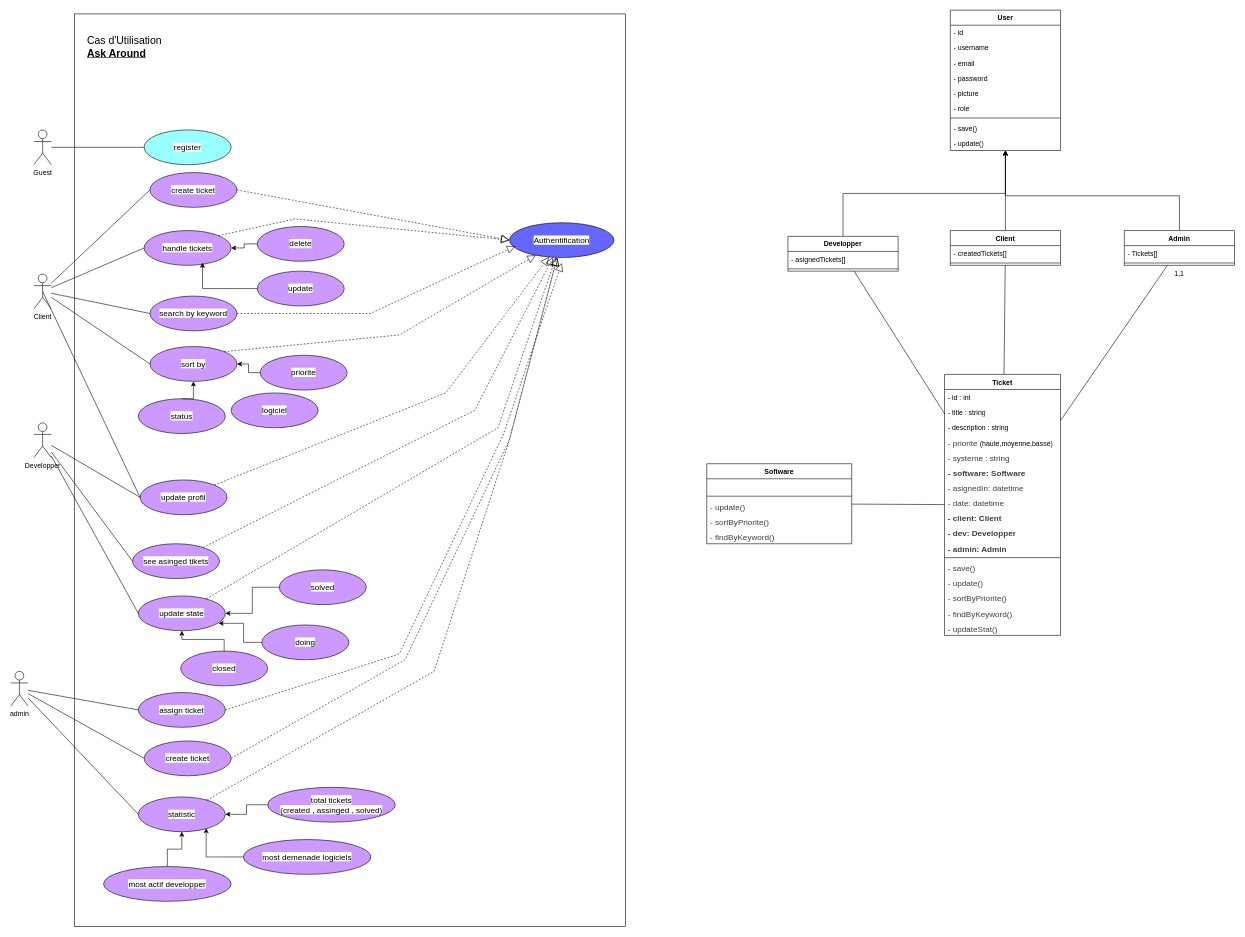
This is uml/UML.drawio from mohammed-ali-boutaine/dev-track, a draw.io file, before an edit. Source tidied: cells renumbered, new cells numbered last; positions are measured from the earlier drawing's top-left corner, leaving out a move shared by most shapes. Both pictures are drawn from the tidied source at 58%, with x=0, y=0 at pixel (10, 10).
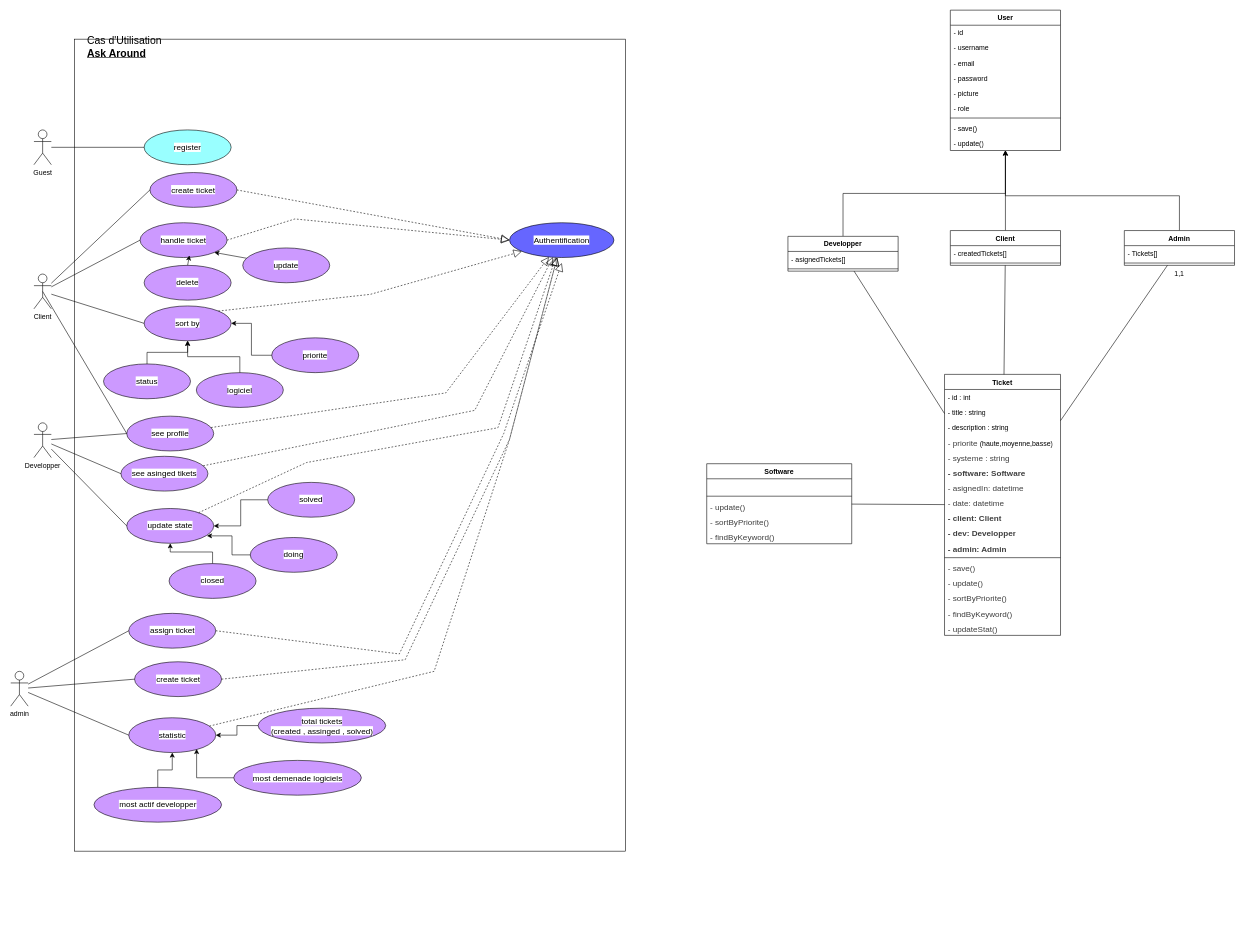
After the change.

The change refers to these unchanged cells:
```xml
<mxCell id="31" value="&lt;div style=&quot;&quot;&gt;&lt;span style=&quot;color: light-dark(rgb(0, 0, 0), rgb(255, 255, 255)); font-size: 14px; white-space-collapse: preserve; background-color: rgb(255, 255, 255);&quot;&gt;&lt;font face=&quot;Nunito Sans, sans-serif&quot;&gt;Authentification&lt;/font&gt;&lt;/span&gt;&lt;/div&gt;" style="ellipse;whiteSpace=wrap;html=1;fillColor=#6666FF;align=center;" parent="1" vertex="1">
  <mxGeometry x="860" y="366.5" width="180" height="60" as="geometry" />
</mxCell>
<mxCell id="34" value="Client" style="shape=umlActor;verticalLabelPosition=bottom;verticalAlign=top;html=1;outlineConnect=0;" parent="1" vertex="1">
  <mxGeometry x="40" y="455" width="30" height="60" as="geometry" />
</mxCell>
```

Diff of the diagram source:
```diff
@@
     <mxCell id="20" style="rounded=0;whiteSpace=wrap;html=1;" parent="1" vertex="1">
-      <mxGeometry x="110" y="6.5" width="950" height="1573.5" as="geometry" />
+      <mxGeometry x="110" y="50" width="950" height="1400" as="geometry" />
     </mxCell>
@@
-    <mxCell id="24" value="&lt;font face=&quot;Nunito Sans, sans-serif&quot;&gt;&lt;span style=&quot;font-size: 14px; white-space-collapse: preserve; background-color: rgb(255, 255, 255);&quot;&gt;handle tickets&lt;/span&gt;&lt;/font&gt;" style="ellipse;whiteSpace=wrap;html=1;fillColor=#CC99FF;" parent="1" vertex="1">
-      <mxGeometry x="230" y="380" width="150" height="60" as="geometry" />
-    </mxCell>
@@
     <mxCell id="28" value="&lt;div style=&quot;text-align: start;&quot;&gt;&lt;font face=&quot;Nunito Sans, sans-serif&quot;&gt;&lt;span style=&quot;font-size: 14px; white-space-collapse: preserve; background-color: rgb(255, 255, 255);&quot;&gt;sort by&lt;/span&gt;&lt;/font&gt;&lt;/div&gt;" style="ellipse;whiteSpace=wrap;html=1;fillColor=#CC99FF;" parent="1" vertex="1">
-      <mxGeometry x="240" y="580" width="150" height="60" as="geometry" />
+      <mxGeometry x="230" y="510" width="150" height="60" as="geometry" />
     </mxCell>
-    <mxCell id="29" value="&lt;div style=&quot;text-align: start;&quot;&gt;&lt;font face=&quot;Nunito Sans, sans-serif&quot; color=&quot;#000000&quot;&gt;&lt;span style=&quot;font-size: 14px; white-space-collapse: preserve; background-color: rgb(255, 255, 255);&quot;&gt;update profil&lt;/span&gt;&lt;/font&gt;&lt;/div&gt;" style="ellipse;whiteSpace=wrap;html=1;fillColor=#CC99FF;" parent="1" vertex="1">
-      <mxGeometry x="223" y="810" width="150" height="60" as="geometry" />
+    <mxCell id="29" value="&lt;div style=&quot;text-align: start;&quot;&gt;&lt;font face=&quot;Nunito Sans, sans-serif&quot; color=&quot;#000000&quot;&gt;&lt;span style=&quot;font-size: 14px; white-space-collapse: preserve; background-color: rgb(255, 255, 255);&quot;&gt;see profile&lt;/span&gt;&lt;/font&gt;&lt;/div&gt;" style="ellipse;whiteSpace=wrap;html=1;fillColor=#CC99FF;" parent="1" vertex="1">
+      <mxGeometry x="200" y="700" width="150" height="60" as="geometry" />
     </mxCell>
@@
     <mxCell id="32" value="&lt;div style=&quot;&quot;&gt;&lt;font face=&quot;Nunito Sans, sans-serif&quot;&gt;&lt;span style=&quot;font-size: 14px; white-space-collapse: preserve; background-color: rgb(255, 255, 255);&quot;&gt;update state&lt;/span&gt;&lt;/font&gt;&lt;/div&gt;" style="ellipse;whiteSpace=wrap;html=1;fillColor=#CC99FF;align=center;" parent="1" vertex="1">
-      <mxGeometry x="220" y="1010" width="150" height="60" as="geometry" />
+      <mxGeometry x="200" y="859.2" width="150" height="60" as="geometry" />
     </mxCell>
-    <mxCell id="33" value="&lt;div style=&quot;&quot;&gt;&lt;font face=&quot;Nunito Sans, sans-serif&quot; color=&quot;#000000&quot;&gt;&lt;span style=&quot;font-size: 14px; white-space-collapse: preserve; background-color: rgb(255, 255, 255);&quot;&gt;search by keyword&lt;/span&gt;&lt;/font&gt;&lt;/div&gt;" style="ellipse;whiteSpace=wrap;html=1;fillColor=#CC99FF;align=center;" parent="1" vertex="1">
-      <mxGeometry x="240" y="493" width="150" height="60" as="geometry" />
-    </mxCell>
@@
     <mxCell id="35" value="&lt;div style=&quot;text-align: start;&quot;&gt;&lt;font face=&quot;Nunito Sans, sans-serif&quot;&gt;&lt;span style=&quot;font-size: 14px; white-space-collapse: preserve; background-color: rgb(255, 255, 255);&quot;&gt;priorite&lt;/span&gt;&lt;/font&gt;&lt;/div&gt;" style="ellipse;whiteSpace=wrap;html=1;fillColor=#CC99FF;" parent="1" vertex="1">
-      <mxGeometry x="430" y="595" width="150" height="60" as="geometry" />
+      <mxGeometry x="450" y="565" width="150" height="60" as="geometry" />
     </mxCell>
     <mxCell id="36" value="&lt;div style=&quot;text-align: start;&quot;&gt;&lt;font face=&quot;Nunito Sans, sans-serif&quot;&gt;&lt;span style=&quot;font-size: 14px; white-space-collapse: preserve; background-color: rgb(255, 255, 255);&quot;&gt;logiciel&lt;/span&gt;&lt;/font&gt;&lt;/div&gt;" style="ellipse;whiteSpace=wrap;html=1;fillColor=#CC99FF;" parent="1" vertex="1">
-      <mxGeometry x="380" y="660" width="150" height="60" as="geometry" />
+      <mxGeometry x="320" y="625" width="150" height="60" as="geometry" />
     </mxCell>
     <mxCell id="37" value="&lt;div style=&quot;text-align: start;&quot;&gt;&lt;font face=&quot;Nunito Sans, sans-serif&quot;&gt;&lt;span style=&quot;font-size: 14px; white-space-collapse: preserve; background-color: rgb(255, 255, 255);&quot;&gt;status&lt;/span&gt;&lt;/font&gt;&lt;/div&gt;" style="ellipse;whiteSpace=wrap;html=1;fillColor=#CC99FF;" parent="1" vertex="1">
-      <mxGeometry x="220" y="670" width="150" height="60" as="geometry" />
+      <mxGeometry x="160" y="610" width="150" height="60" as="geometry" />
     </mxCell>
@@
-    <mxCell id="39" style="endArrow=none;html=1;rounded=0;entryX=0;entryY=0.5;entryDx=0;entryDy=0;" parent="1" edge="1" source="34" target="24">
+    <mxCell id="39" style="endArrow=none;html=1;rounded=0;entryX=0;entryY=0.5;entryDx=0;entryDy=0;" parent="1" edge="1" source="34" target="79">
       <mxGeometry relative="1" as="geometry" />
     </mxCell>
@@
-    <mxCell id="43" style="endArrow=none;html=1;rounded=0;entryX=0;entryY=0.5;entryDx=0;entryDy=0;" parent="1" edge="1" source="34" target="33">
-      <mxGeometry relative="1" as="geometry" />
-    </mxCell>
     <mxCell id="44" value="&lt;div style=&quot;&quot;&gt;&lt;font face=&quot;Nunito Sans, sans-serif&quot;&gt;&lt;span style=&quot;font-size: 14px; white-space-collapse: preserve; background-color: rgb(255, 255, 255);&quot;&gt;solved&lt;/span&gt;&lt;/font&gt;&lt;/div&gt;" style="ellipse;whiteSpace=wrap;html=1;fillColor=#CC99FF;align=center;" parent="1" vertex="1">
-      <mxGeometry x="463" y="965" width="150" height="60" as="geometry" />
+      <mxGeometry x="443" y="814.2" width="150" height="60" as="geometry" />
     </mxCell>
     <mxCell id="45" value="&lt;div style=&quot;&quot;&gt;&lt;font face=&quot;Nunito Sans, sans-serif&quot;&gt;&lt;span style=&quot;font-size: 14px; white-space-collapse: preserve; background-color: rgb(255, 255, 255);&quot;&gt;doing&lt;/span&gt;&lt;/font&gt;&lt;/div&gt;" style="ellipse;whiteSpace=wrap;html=1;fillColor=#CC99FF;align=center;" parent="1" vertex="1">
-      <mxGeometry x="433" y="1060" width="150" height="60" as="geometry" />
+      <mxGeometry x="413" y="909.2" width="150" height="60" as="geometry" />
     </mxCell>
     <mxCell id="46" value="&lt;div style=&quot;&quot;&gt;&lt;font face=&quot;Nunito Sans, sans-serif&quot;&gt;&lt;span style=&quot;font-size: 14px; white-space-collapse: preserve; background-color: rgb(255, 255, 255);&quot;&gt;closed&lt;/span&gt;&lt;/font&gt;&lt;/div&gt;" style="ellipse;whiteSpace=wrap;html=1;fillColor=#CC99FF;align=center;" parent="1" vertex="1">
-      <mxGeometry x="293" y="1105" width="150" height="60" as="geometry" />
+      <mxGeometry x="273" y="954.2" width="150" height="60" as="geometry" />
     </mxCell>
@@
     <mxCell id="51" value="&lt;div style=&quot;text-align: start;&quot;&gt;&lt;font face=&quot;Nunito Sans, sans-serif&quot; color=&quot;#000000&quot;&gt;&lt;span style=&quot;font-size: 14px; white-space-collapse: preserve; background-color: rgb(255, 255, 255);&quot;&gt;assign ticket&lt;/span&gt;&lt;/font&gt;&lt;/div&gt;" style="ellipse;whiteSpace=wrap;html=1;fillColor=#CC99FF;" parent="1" vertex="1">
-      <mxGeometry x="220" y="1176.5" width="150" height="60" as="geometry" />
+      <mxGeometry x="203.5" y="1040" width="150" height="60" as="geometry" />
     </mxCell>
@@
     <mxCell id="74" value="&lt;div style=&quot;text-align: start;&quot;&gt;&lt;font face=&quot;Nunito Sans, sans-serif&quot; color=&quot;#000000&quot;&gt;&lt;span style=&quot;font-size: 14px; white-space-collapse: preserve; background-color: rgb(255, 255, 255);&quot;&gt;statistic&lt;/span&gt;&lt;/font&gt;&lt;/div&gt;" style="ellipse;whiteSpace=wrap;html=1;fillColor=#CC99FF;" parent="1" vertex="1">
-      <mxGeometry x="220" y="1356.5" width="150" height="60" as="geometry" />
+      <mxGeometry x="203.5" y="1220" width="150" height="60" as="geometry" />
     </mxCell>
     <mxCell id="75" value="&lt;font face=&quot;Nunito Sans, sans-serif&quot;&gt;&lt;span style=&quot;font-size: 14px; white-space-collapse: preserve; background-color: rgb(255, 255, 255);&quot;&gt;total tickets&lt;br/&gt;(created , assinged , solved)&lt;/span&gt;&lt;/font&gt;" style="ellipse;whiteSpace=wrap;html=1;fillColor=#CC99FF;" parent="1" vertex="1">
-      <mxGeometry x="443" y="1340" width="220" height="60" as="geometry" />
+      <mxGeometry x="426.5" y="1203.5" width="220" height="60" as="geometry" />
     </mxCell>
     <mxCell id="76" value="&lt;font face=&quot;Nunito Sans, sans-serif&quot;&gt;&lt;span style=&quot;font-size: 14px; white-space-collapse: preserve; background-color: rgb(255, 255, 255);&quot;&gt;most demenade logiciels&lt;/span&gt;&lt;/font&gt;" style="ellipse;whiteSpace=wrap;html=1;fillColor=#CC99FF;" parent="1" vertex="1">
-      <mxGeometry x="401" y="1430" width="220" height="60" as="geometry" />
+      <mxGeometry x="384.5" y="1293.5" width="220" height="60" as="geometry" />
     </mxCell>
     <mxCell id="77" value="&lt;font face=&quot;Nunito Sans, sans-serif&quot;&gt;&lt;span style=&quot;font-size: 14px; white-space-collapse: preserve; background-color: rgb(255, 255, 255);&quot;&gt;most actif developper&lt;/span&gt;&lt;/font&gt;" style="ellipse;whiteSpace=wrap;html=1;fillColor=#CC99FF;" parent="1" vertex="1">
-      <mxGeometry x="160" y="1476.5" width="220" height="60" as="geometry" />
+      <mxGeometry x="143.5" y="1340" width="220" height="60" as="geometry" />
     </mxCell>
-    <mxCell id="78" style="edgeStyle=orthogonalEdgeStyle;rounded=0;jettySize=auto;html=1;exitX=0;exitY=0.5;exitDx=0;exitDy=0;entryX=1;entryY=0.5;entryDx=0;entryDy=0;" parent="1" edge="1" source="79" target="24">
-      <mxGeometry relative="1" as="geometry" />
-    </mxCell>
-    <mxCell id="79" value="&lt;div style=&quot;text-align: start;&quot;&gt;&lt;font face=&quot;Nunito Sans, sans-serif&quot;&gt;&lt;span style=&quot;font-size: 14px; white-space-collapse: preserve; background-color: rgb(255, 255, 255);&quot;&gt;delete&lt;/span&gt;&lt;/font&gt;&lt;/div&gt;" style="ellipse;whiteSpace=wrap;html=1;fillColor=#CC99FF;" parent="1" vertex="1">
-      <mxGeometry x="425" y="373" width="150" height="60" as="geometry" />
+    <mxCell id="79" value="&lt;div style=&quot;text-align: start;&quot;&gt;&lt;font face=&quot;Nunito Sans, sans-serif&quot;&gt;&lt;span style=&quot;font-size: 14px; white-space-collapse: preserve; background-color: rgb(255, 255, 255);&quot;&gt;handle ticket&lt;/span&gt;&lt;/font&gt;&lt;/div&gt;" style="ellipse;whiteSpace=wrap;html=1;fillColor=#CC99FF;" parent="1" vertex="1">
+      <mxGeometry x="223" y="366.5" width="150" height="60" as="geometry" />
     </mxCell>
-    <mxCell id="80" value="&lt;div style=&quot;text-align: start;&quot;&gt;&lt;font face=&quot;Nunito Sans, sans-serif&quot;&gt;&lt;span style=&quot;font-size: 14px; white-space-collapse: preserve; background-color: rgb(255, 255, 255);&quot;&gt;update&lt;/span&gt;&lt;/font&gt;&lt;/div&gt;" style="ellipse;whiteSpace=wrap;html=1;fillColor=#CC99FF;" parent="1" vertex="1">
-      <mxGeometry x="425" y="450" width="150" height="60" as="geometry" />
-    </mxCell>
-    <mxCell id="81" style="edgeStyle=orthogonalEdgeStyle;rounded=0;jettySize=auto;html=1;exitX=0;exitY=0.5;exitDx=0;exitDy=0;entryX=0.671;entryY=0.924;entryDx=0;entryDy=0;entryPerimeter=0;" parent="1" edge="1" source="80" target="24">
-      <mxGeometry relative="1" as="geometry" />
-    </mxCell>
@@
     <mxCell id="88" value="&lt;div style=&quot;text-align: start;&quot;&gt;&lt;font face=&quot;Nunito Sans, sans-serif&quot; color=&quot;#000000&quot;&gt;&lt;span style=&quot;font-size: 14px; white-space-collapse: preserve; background-color: rgb(255, 255, 255);&quot;&gt;see asinged tikets&lt;/span&gt;&lt;/font&gt;&lt;/div&gt;" style="ellipse;whiteSpace=wrap;html=1;fillColor=#CC99FF;" parent="1" vertex="1">
-      <mxGeometry x="210" y="920" width="150" height="60" as="geometry" />
+      <mxGeometry x="190" y="769.2" width="150" height="60" as="geometry" />
     </mxCell>
@@
-    <mxCell id="103" style="endArrow=block;dashed=1;endFill=0;endSize=12;html=1;rounded=0;exitX=1;exitY=0;exitDx=0;exitDy=0;entryX=0;entryY=0.5;entryDx=0;entryDy=0;" parent="1" edge="1" source="24" target="31">
+    <mxCell id="103" style="endArrow=block;dashed=1;endFill=0;endSize=12;html=1;rounded=0;entryX=0;entryY=0.5;entryDx=0;entryDy=0;exitX=1;exitY=0.5;exitDx=0;exitDy=0;" parent="1" edge="1" source="79" target="31">
       <mxGeometry relative="1" as="geometry">
         <Array as="points">
           <mxPoint x="490" y="360" />
         </Array>
       </mxGeometry>
     </mxCell>
-    <mxCell id="104" style="endArrow=block;dashed=1;endFill=0;endSize=12;html=1;rounded=0;exitX=1;exitY=0.5;exitDx=0;exitDy=0;entryX=0;entryY=0.5;entryDx=0;entryDy=0;" parent="1" edge="1" source="33">
-      <mxGeometry relative="1" as="geometry">
-        <mxPoint x="870" y="407" as="targetPoint" />
-        <Array as="points">
-          <mxPoint x="620" y="523" />
-        </Array>
-      </mxGeometry>
-    </mxCell>
     <mxCell id="105" style="endArrow=block;dashed=1;endFill=0;endSize=12;html=1;rounded=0;exitX=1;exitY=0;exitDx=0;exitDy=0;" parent="1" edge="1" source="28" target="31">
       <mxGeometry relative="1" as="geometry">
         <Array as="points">
-          <mxPoint x="670" y="560" />
+          <mxPoint x="620" y="490" />
         </Array>
       </mxGeometry>
     </mxCell>
@@
     <mxCell id="108" style="endArrow=block;dashed=1;endFill=0;endSize=12;html=1;rounded=0;" parent="1" edge="1" source="32" target="31">
       <mxGeometry relative="1" as="geometry">
         <Array as="points">
+          <mxPoint x="510" y="780" />
           <mxPoint x="840" y="720" />
         </Array>
       </mxGeometry>
     </mxCell>
@@
     <mxCell id="111" value="&lt;div style=&quot;text-align: start;&quot;&gt;&lt;font face=&quot;Nunito Sans, sans-serif&quot;&gt;&lt;span style=&quot;font-size: 14px; white-space-collapse: preserve; background-color: rgb(255, 255, 255);&quot;&gt;create ticket&lt;/span&gt;&lt;/font&gt;&lt;/div&gt;" style="ellipse;whiteSpace=wrap;html=1;fillColor=#CC99FF;" parent="1" vertex="1">
-      <mxGeometry x="230" y="1260" width="150" height="60" as="geometry" />
+      <mxGeometry x="213.5" y="1123.5" width="150" height="60" as="geometry" />
     </mxCell>
@@
+    <mxCell id="114" style="edgeStyle=orthogonalEdgeStyle;rounded=0;jettySize=auto;html=1;" parent="1" edge="1" source="36" target="28">
+      <mxGeometry relative="1" as="geometry" />
+    </mxCell>
+    <mxCell id="115" value="&lt;div style=&quot;text-align: start;&quot;&gt;&lt;font face=&quot;Nunito Sans, sans-serif&quot;&gt;&lt;span style=&quot;font-size: 14px; white-space-collapse: preserve; background-color: rgb(255, 255, 255);&quot;&gt;delete&lt;/span&gt;&lt;/font&gt;&lt;/div&gt;" style="ellipse;whiteSpace=wrap;html=1;fillColor=#CC99FF;" parent="1" vertex="1">
+      <mxGeometry x="230" y="440" width="150" height="60" as="geometry" />
+    </mxCell>
+    <mxCell id="116" style="edgeStyle=none;html=1;entryX=1;entryY=1;entryDx=0;entryDy=0;" parent="1" edge="1" source="80" target="79">
+      <mxGeometry relative="1" as="geometry" />
+    </mxCell>
+    <mxCell id="80" value="&lt;div style=&quot;text-align: start;&quot;&gt;&lt;font face=&quot;Nunito Sans, sans-serif&quot;&gt;&lt;span style=&quot;font-size: 14px; white-space-collapse: preserve; background-color: rgb(255, 255, 255);&quot;&gt;update&lt;/span&gt;&lt;/font&gt;&lt;/div&gt;" style="ellipse;whiteSpace=wrap;html=1;fillColor=#CC99FF;" parent="1" vertex="1">
+      <mxGeometry x="400" y="410" width="150" height="60" as="geometry" />
+    </mxCell>
+    <mxCell id="117" style="edgeStyle=none;html=1;exitX=0.5;exitY=0;exitDx=0;exitDy=0;entryX=0.567;entryY=0.941;entryDx=0;entryDy=0;entryPerimeter=0;" parent="1" edge="1" source="115" target="79">
+      <mxGeometry relative="1" as="geometry" />
+    </mxCell>
```
